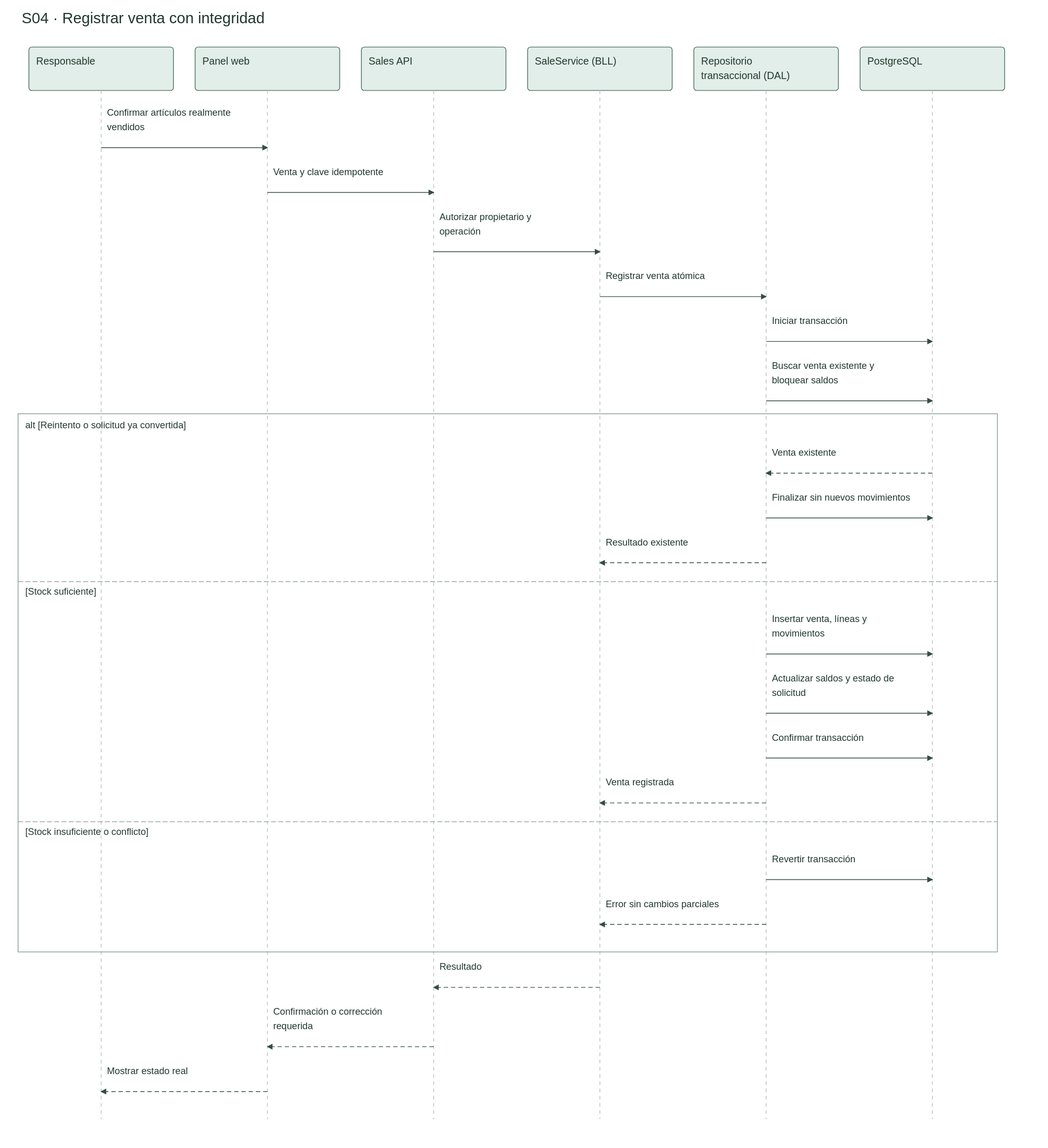
This is Doc/Seminario_Entrega_2/figuras/S04.svg from agustinlopez23/tesis, a PlantUML export, as it was before one commit. Its source is kept beside it as Doc/Seminario_Entrega_2/diagramas/S04.puml.
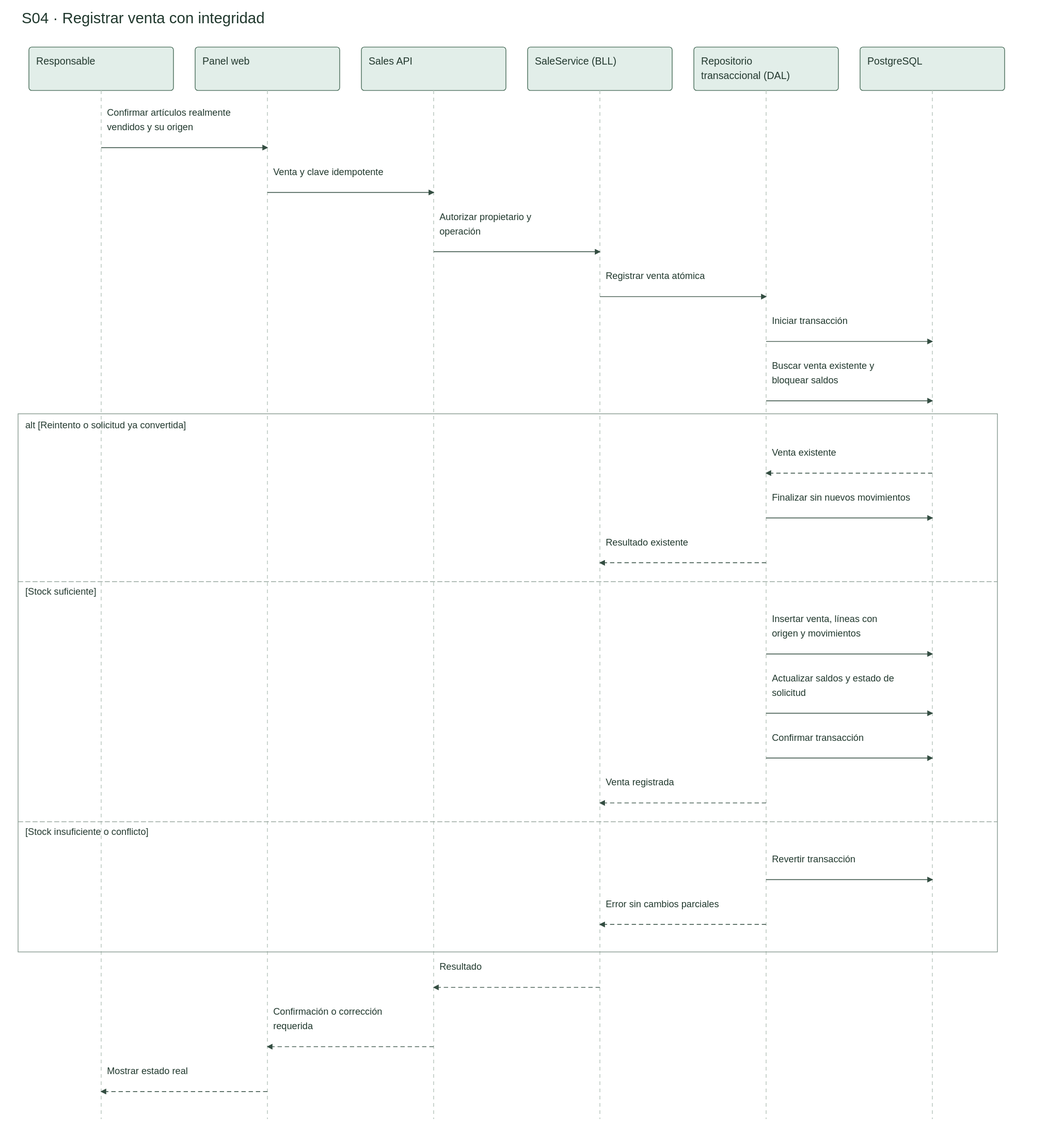
The same file after the commit.

What changed in the source:
```diff
@@ -6,7 +6,7 @@
 participant "SaleService (BLL)" as BLL
 participant "Repositorio transaccional (DAL)" as DAL
 database "PostgreSQL" as DB
-B -> UI : Confirmar artículos realmente vendidos
+B -> UI : Confirmar artículos realmente vendidos y su origen
 UI -> API : Venta y clave idempotente
 API -> BLL : Autorizar propietario y operación
 BLL -> DAL : Registrar venta atómica
@@ -17,7 +17,7 @@
 DAL -> DB : Finalizar sin nuevos movimientos
 DAL --> BLL : Resultado existente
 else Stock suficiente
-DAL -> DB : Insertar venta, líneas y movimientos
+DAL -> DB : Insertar venta, líneas con origen y movimientos
 DAL -> DB : Actualizar saldos y estado de solicitud
 DAL -> DB : Confirmar transacción
 DAL --> BLL : Venta registrada
```
